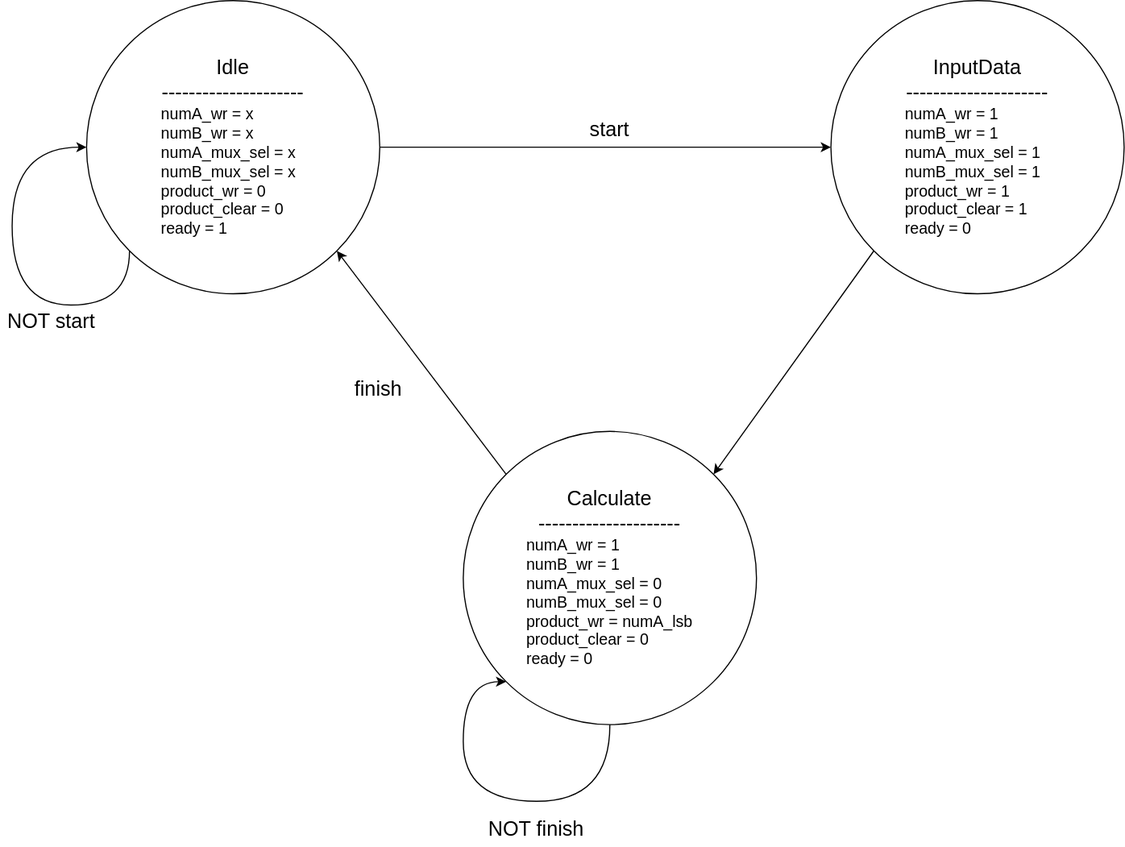
medsuet/Xcelerium-IC-Design-Training keeps this draw.io diagram as Tayyab/SequentialSignedMultiplier/docs/images/stg.drawio.svg. Above is the earlier version. Source tidied: cells renumbered, new cells last; positions are measured from the earlier drawing's top-left corner, leaving out a move shared by most shapes.
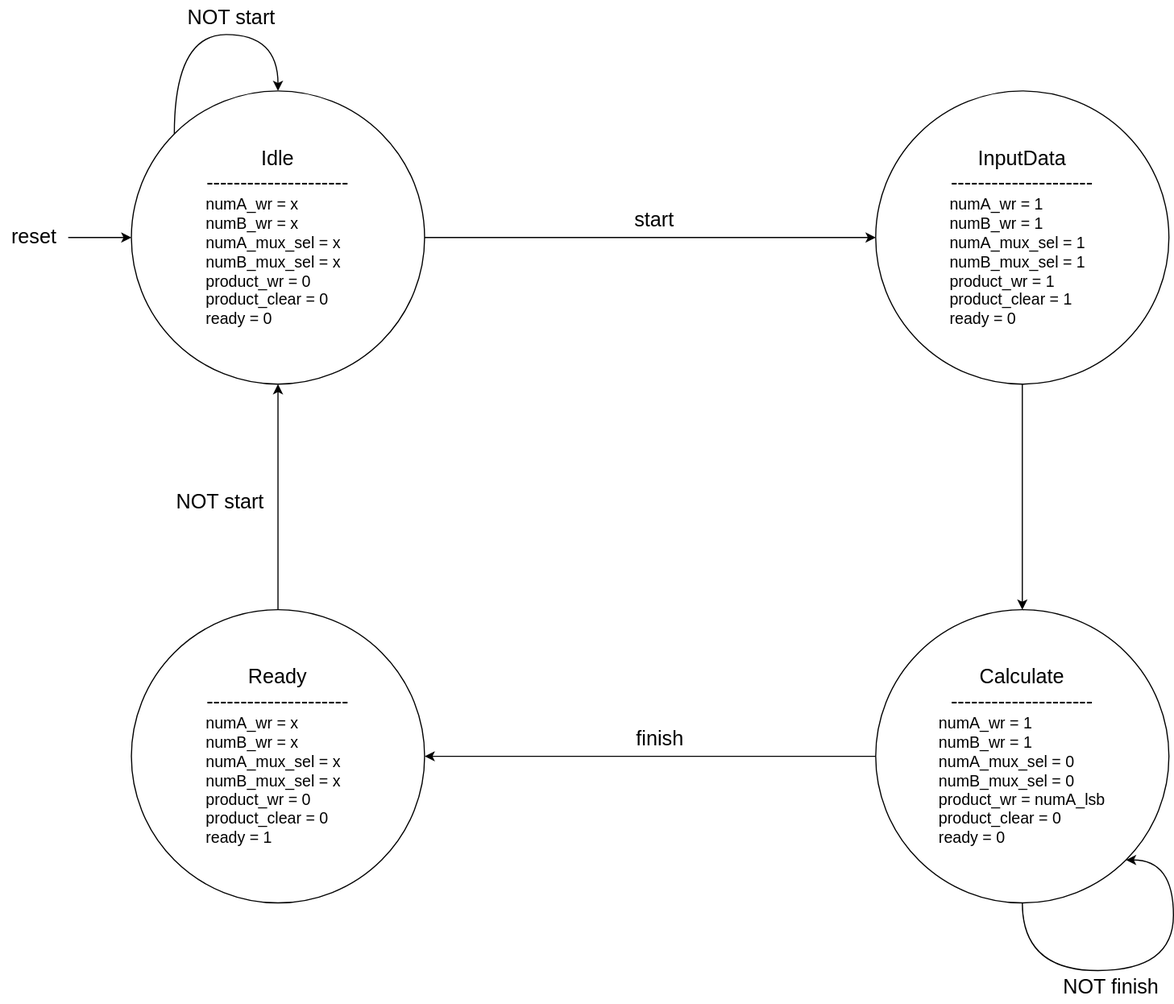
After the change.

Commit message:
Seperating ready state from idle state

What changed in the source:
```diff
@@ -5,50 +5,64 @@
     <mxCell id="2" style="edgeStyle=orthogonalEdgeStyle;rounded=0;jettySize=auto;html=1;exitX=1;exitY=0.5;exitDx=0;exitDy=0;entryX=0;entryY=0.5;entryDx=0;entryDy=0;" parent="1" edge="1" source="3" target="5">
       <mxGeometry relative="1" as="geometry" />
     </mxCell>
-    <mxCell id="3" value="&lt;font style=&quot;font-size: 18px;&quot;&gt;Idle&lt;/font&gt;&lt;div&gt;&lt;font style=&quot;font-size: 18px;&quot;&gt;---------------------&lt;/font&gt;&lt;/div&gt;&lt;div style=&quot;font-size: 14px;&quot;&gt;&lt;font style=&quot;font-size: 14px;&quot;&gt;&lt;div style=&quot;text-align: left;&quot;&gt;numA_wr = x&amp;nbsp;&lt;/div&gt;&lt;div style=&quot;text-align: left;&quot;&gt;numB_wr = x&amp;nbsp;&amp;nbsp;&lt;/div&gt;&lt;div style=&quot;text-align: left;&quot;&gt;numA_mux_sel = x&amp;nbsp;&lt;/div&gt;&lt;div style=&quot;text-align: left;&quot;&gt;numB_mux_sel = x&amp;nbsp;&amp;nbsp;&lt;/div&gt;&lt;div style=&quot;text-align: left;&quot;&gt;product_wr = 0&lt;/div&gt;&lt;div style=&quot;text-align: left;&quot;&gt;product_clear = 0&lt;/div&gt;&lt;div style=&quot;text-align: left;&quot;&gt;ready = 1&lt;/div&gt;&lt;/font&gt;&lt;/div&gt;" style="ellipse;whiteSpace=wrap;html=1;fontSize=18;" parent="1" vertex="1">
+    <mxCell id="3" value="&lt;font style=&quot;font-size: 18px;&quot;&gt;Idle&lt;/font&gt;&lt;div&gt;&lt;font style=&quot;font-size: 18px;&quot;&gt;---------------------&lt;/font&gt;&lt;/div&gt;&lt;div style=&quot;font-size: 14px;&quot;&gt;&lt;font style=&quot;font-size: 14px;&quot;&gt;&lt;div style=&quot;text-align: left;&quot;&gt;numA_wr = x&amp;nbsp;&lt;/div&gt;&lt;div style=&quot;text-align: left;&quot;&gt;numB_wr = x&amp;nbsp;&amp;nbsp;&lt;/div&gt;&lt;div style=&quot;text-align: left;&quot;&gt;numA_mux_sel = x&amp;nbsp;&lt;/div&gt;&lt;div style=&quot;text-align: left;&quot;&gt;numB_mux_sel = x&amp;nbsp;&amp;nbsp;&lt;/div&gt;&lt;div style=&quot;text-align: left;&quot;&gt;product_wr = 0&lt;/div&gt;&lt;div style=&quot;text-align: left;&quot;&gt;product_clear = 0&lt;/div&gt;&lt;div style=&quot;text-align: left;&quot;&gt;ready = 0&lt;/div&gt;&lt;/font&gt;&lt;/div&gt;" style="ellipse;whiteSpace=wrap;html=1;fontSize=18;" parent="1" vertex="1">
       <mxGeometry x="76" width="260" height="260" as="geometry" />
     </mxCell>
-    <mxCell id="4" style="rounded=0;jettySize=auto;html=1;exitX=0;exitY=1;exitDx=0;exitDy=0;entryX=1;entryY=0;entryDx=0;entryDy=0;" parent="1" edge="1" source="5" target="7">
+    <mxCell id="4" style="edgeStyle=orthogonalEdgeStyle;rounded=0;jettySize=auto;html=1;exitX=0.5;exitY=1;exitDx=0;exitDy=0;entryX=0.5;entryY=0;entryDx=0;entryDy=0;" parent="1" edge="1" source="5" target="7">
       <mxGeometry relative="1" as="geometry" />
     </mxCell>
     <mxCell id="5" value="&lt;font style=&quot;font-size: 18px;&quot;&gt;InputData&lt;/font&gt;&lt;div&gt;&lt;font style=&quot;font-size: 18px;&quot;&gt;---------------------&lt;/font&gt;&lt;/div&gt;&lt;div style=&quot;font-size: 14px;&quot;&gt;&lt;font style=&quot;font-size: 14px;&quot;&gt;&lt;div style=&quot;text-align: left;&quot;&gt;numA_wr = 1&amp;nbsp;&lt;/div&gt;&lt;div style=&quot;text-align: left;&quot;&gt;numB_wr = 1&amp;nbsp;&amp;nbsp;&lt;/div&gt;&lt;div style=&quot;text-align: left;&quot;&gt;numA_mux_sel = 1&lt;/div&gt;&lt;div style=&quot;text-align: left;&quot;&gt;numB_mux_sel = 1&amp;nbsp;&amp;nbsp;&lt;/div&gt;&lt;div style=&quot;text-align: left;&quot;&gt;product_wr = 1&lt;/div&gt;&lt;div style=&quot;text-align: left;&quot;&gt;product_clear = 1&lt;/div&gt;&lt;div style=&quot;text-align: left;&quot;&gt;ready = 0&lt;/div&gt;&lt;/font&gt;&lt;/div&gt;" style="ellipse;whiteSpace=wrap;html=1;fontSize=18;" parent="1" vertex="1">
       <mxGeometry x="736" width="260" height="260" as="geometry" />
     </mxCell>
-    <mxCell id="6" style="rounded=0;jettySize=auto;html=1;exitX=0;exitY=0;exitDx=0;exitDy=0;entryX=1;entryY=1;entryDx=0;entryDy=0;" parent="1" edge="1" source="7" target="3">
-      <mxGeometry relative="1" as="geometry" />
-    </mxCell>
+    <mxCell id="14" style="edgeStyle=orthogonalEdgeStyle;rounded=0;jettySize=auto;html=1;exitX=0;exitY=0.5;exitDx=0;exitDy=0;entryX=1;entryY=0.5;entryDx=0;entryDy=0;" parent="1" edge="1" source="7" target="16">
+      <mxGeometry relative="1" as="geometry" />
+    </mxCell>
     <mxCell id="7" value="Calculate&lt;br&gt;&lt;div&gt;&lt;font style=&quot;font-size: 18px;&quot;&gt;---------------------&lt;/font&gt;&lt;/div&gt;&lt;div style=&quot;font-size: 14px;&quot;&gt;&lt;font style=&quot;font-size: 14px;&quot;&gt;&lt;div style=&quot;text-align: left;&quot;&gt;numA_wr = 1&amp;nbsp;&lt;/div&gt;&lt;div style=&quot;text-align: left;&quot;&gt;numB_wr = 1&amp;nbsp;&amp;nbsp;&lt;/div&gt;&lt;div style=&quot;text-align: left;&quot;&gt;numA_mux_sel = 0&amp;nbsp;&lt;/div&gt;&lt;div style=&quot;text-align: left;&quot;&gt;numB_mux_sel = 0&amp;nbsp;&amp;nbsp;&lt;/div&gt;&lt;div style=&quot;text-align: left;&quot;&gt;product_wr = numA_lsb&lt;/div&gt;&lt;div style=&quot;text-align: left;&quot;&gt;product_clear = 0&lt;/div&gt;&lt;div style=&quot;text-align: left;&quot;&gt;ready = 0&lt;/div&gt;&lt;/font&gt;&lt;/div&gt;" style="ellipse;whiteSpace=wrap;html=1;fontSize=18;" parent="1" vertex="1">
-      <mxGeometry x="410" y="382" width="260" height="260" as="geometry" />
+      <mxGeometry x="736" y="460" width="260" height="260" as="geometry" />
     </mxCell>
     <mxCell id="8" value="start" style="text;html=1;align=center;verticalAlign=middle;whiteSpace=wrap;rounded=0;fontSize=18;" parent="1" vertex="1">
       <mxGeometry x="510" y="100" width="60" height="30" as="geometry" />
     </mxCell>
-    <mxCell id="9" style="edgeStyle=orthogonalEdgeStyle;rounded=0;orthogonalLoop=1;jettySize=auto;html=1;exitX=0;exitY=1;exitDx=0;exitDy=0;entryX=0;entryY=0.5;entryDx=0;entryDy=0;curved=1;" parent="1" edge="1" source="3" target="3">
-      <mxGeometry relative="1" as="geometry">
-        <Array as="points">
-          <mxPoint x="114" y="270" />
-          <mxPoint x="10" y="270" />
-          <mxPoint x="10" y="130" />
-        </Array>
-      </mxGeometry>
-    </mxCell>
     <mxCell id="10" value="NOT start" style="text;html=1;align=center;verticalAlign=middle;whiteSpace=wrap;rounded=0;fontSize=18;" parent="1" vertex="1">
-      <mxGeometry y="270" width="90" height="30" as="geometry" />
+      <mxGeometry x="110" y="350" width="90" height="30" as="geometry" />
     </mxCell>
-    <mxCell id="11" style="edgeStyle=orthogonalEdgeStyle;rounded=0;orthogonalLoop=1;jettySize=auto;html=1;exitX=0.5;exitY=1;exitDx=0;exitDy=0;entryX=0;entryY=1;entryDx=0;entryDy=0;curved=1;" parent="1" edge="1" source="7" target="7">
-      <mxGeometry relative="1" as="geometry">
-        <Array as="points">
-          <mxPoint x="540" y="710" />
-          <mxPoint x="410" y="710" />
-          <mxPoint x="410" y="604" />
-        </Array>
-      </mxGeometry>
-    </mxCell>
     <mxCell id="12" value="NOT finish" style="text;html=1;align=center;verticalAlign=middle;whiteSpace=wrap;rounded=0;fontSize=18;" parent="1" vertex="1">
-      <mxGeometry x="430" y="720" width="90" height="30" as="geometry" />
+      <mxGeometry x="900" y="780" width="90" height="30" as="geometry" />
     </mxCell>
     <mxCell id="13" value="finish" style="text;html=1;align=center;verticalAlign=middle;whiteSpace=wrap;rounded=0;fontSize=18;" parent="1" vertex="1">
-      <mxGeometry x="290" y="330" width="90" height="30" as="geometry" />
+      <mxGeometry x="500" y="560" width="90" height="30" as="geometry" />
     </mxCell>
+    <mxCell id="15" style="edgeStyle=orthogonalEdgeStyle;rounded=0;jettySize=auto;html=1;exitX=0.5;exitY=0;exitDx=0;exitDy=0;entryX=0.5;entryY=1;entryDx=0;entryDy=0;" parent="1" edge="1" source="16" target="3">
+      <mxGeometry relative="1" as="geometry" />
+    </mxCell>
+    <mxCell id="16" value="&lt;font style=&quot;font-size: 18px;&quot;&gt;Ready&lt;/font&gt;&lt;div&gt;&lt;font style=&quot;font-size: 18px;&quot;&gt;---------------------&lt;/font&gt;&lt;/div&gt;&lt;div style=&quot;font-size: 14px;&quot;&gt;&lt;font style=&quot;font-size: 14px;&quot;&gt;&lt;div style=&quot;text-align: left;&quot;&gt;numA_wr = x&amp;nbsp;&lt;/div&gt;&lt;div style=&quot;text-align: left;&quot;&gt;numB_wr = x&amp;nbsp;&amp;nbsp;&lt;/div&gt;&lt;div style=&quot;text-align: left;&quot;&gt;numA_mux_sel = x&amp;nbsp;&lt;/div&gt;&lt;div style=&quot;text-align: left;&quot;&gt;numB_mux_sel = x&amp;nbsp;&amp;nbsp;&lt;/div&gt;&lt;div style=&quot;text-align: left;&quot;&gt;product_wr = 0&lt;/div&gt;&lt;div style=&quot;text-align: left;&quot;&gt;product_clear = 0&lt;/div&gt;&lt;div style=&quot;text-align: left;&quot;&gt;ready = 1&lt;/div&gt;&lt;/font&gt;&lt;/div&gt;" style="ellipse;whiteSpace=wrap;html=1;fontSize=18;" parent="1" vertex="1">
+      <mxGeometry x="76" y="460" width="260" height="260" as="geometry" />
+    </mxCell>
+    <mxCell id="11" style="edgeStyle=orthogonalEdgeStyle;rounded=0;orthogonalLoop=1;jettySize=auto;html=1;exitX=0.5;exitY=1;exitDx=0;exitDy=0;entryX=1;entryY=1;entryDx=0;entryDy=0;curved=1;" parent="1" edge="1" source="7" target="7">
+      <mxGeometry relative="1" as="geometry">
+        <Array as="points">
+          <mxPoint x="866" y="780" />
+          <mxPoint x="1000" y="780" />
+          <mxPoint x="1000" y="682" />
+        </Array>
+      </mxGeometry>
+    </mxCell>
+    <mxCell id="17" style="edgeStyle=orthogonalEdgeStyle;rounded=0;jettySize=auto;html=1;" parent="1" edge="1" source="18" target="3">
+      <mxGeometry relative="1" as="geometry" />
+    </mxCell>
+    <mxCell id="18" value="reset" style="text;html=1;align=center;verticalAlign=middle;whiteSpace=wrap;rounded=0;fontSize=18;" parent="1" vertex="1">
+      <mxGeometry x="-40" y="115" width="60" height="30" as="geometry" />
+    </mxCell>
+    <mxCell id="9" style="edgeStyle=orthogonalEdgeStyle;rounded=0;orthogonalLoop=1;jettySize=auto;html=1;exitX=0;exitY=0;exitDx=0;exitDy=0;entryX=0.5;entryY=0;entryDx=0;entryDy=0;curved=1;" parent="1" edge="1" source="3" target="3">
+      <mxGeometry relative="1" as="geometry">
+        <Array as="points">
+          <mxPoint x="114" y="-50" />
+          <mxPoint x="206" y="-50" />
+        </Array>
+      </mxGeometry>
+    </mxCell>
+    <mxCell id="19" value="NOT start" style="text;html=1;align=center;verticalAlign=middle;whiteSpace=wrap;rounded=0;fontSize=18;" parent="1" vertex="1">
+      <mxGeometry x="120" y="-80" width="90" height="30" as="geometry" />
+    </mxCell>
   </root>
 </mxGraphModel>
```
